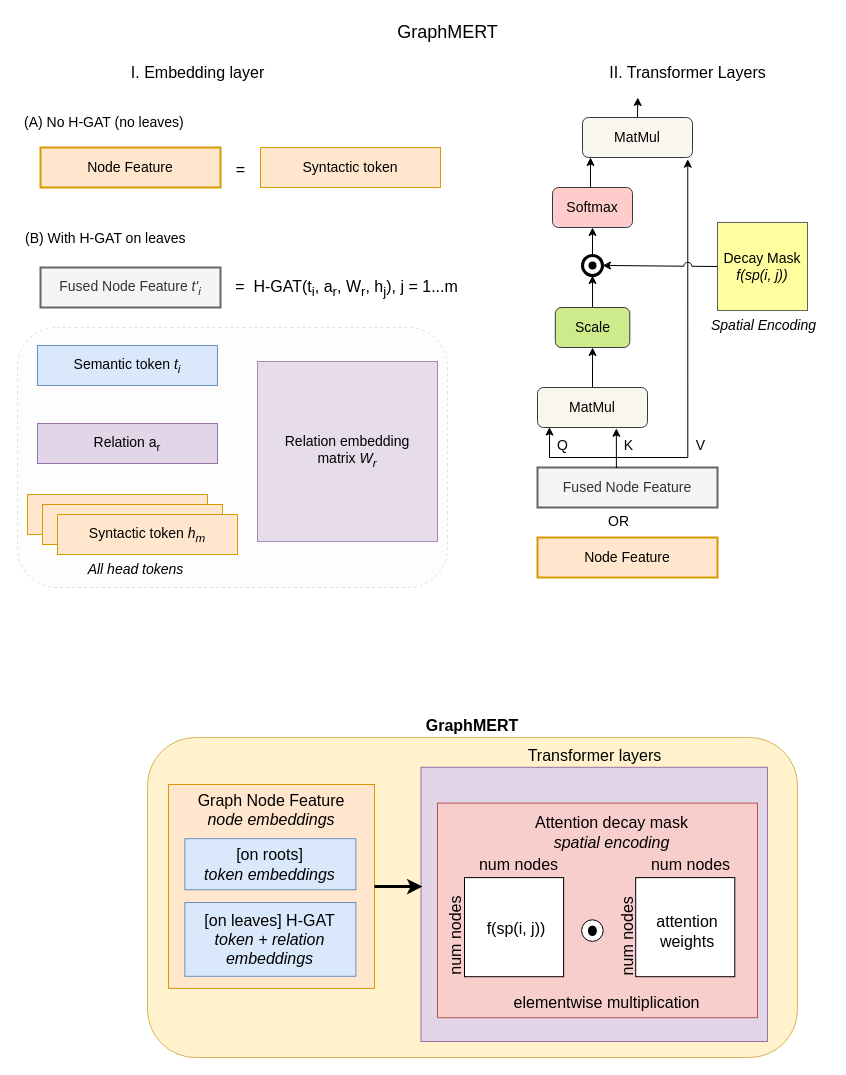
Earlier version of the draw.io diagram page "GraphMERT" (6 of 6) of presentations/pipeline.drawio (across-stars/draw.io). Source tidied: cells renumbered, new cells numbered last; positions are measured from the earlier drawing's top-left corner, leaving out a move shared by most shapes. Both pictures are drawn from the tidied source at 100%, with x=0, y=0 at pixel (17, 17).
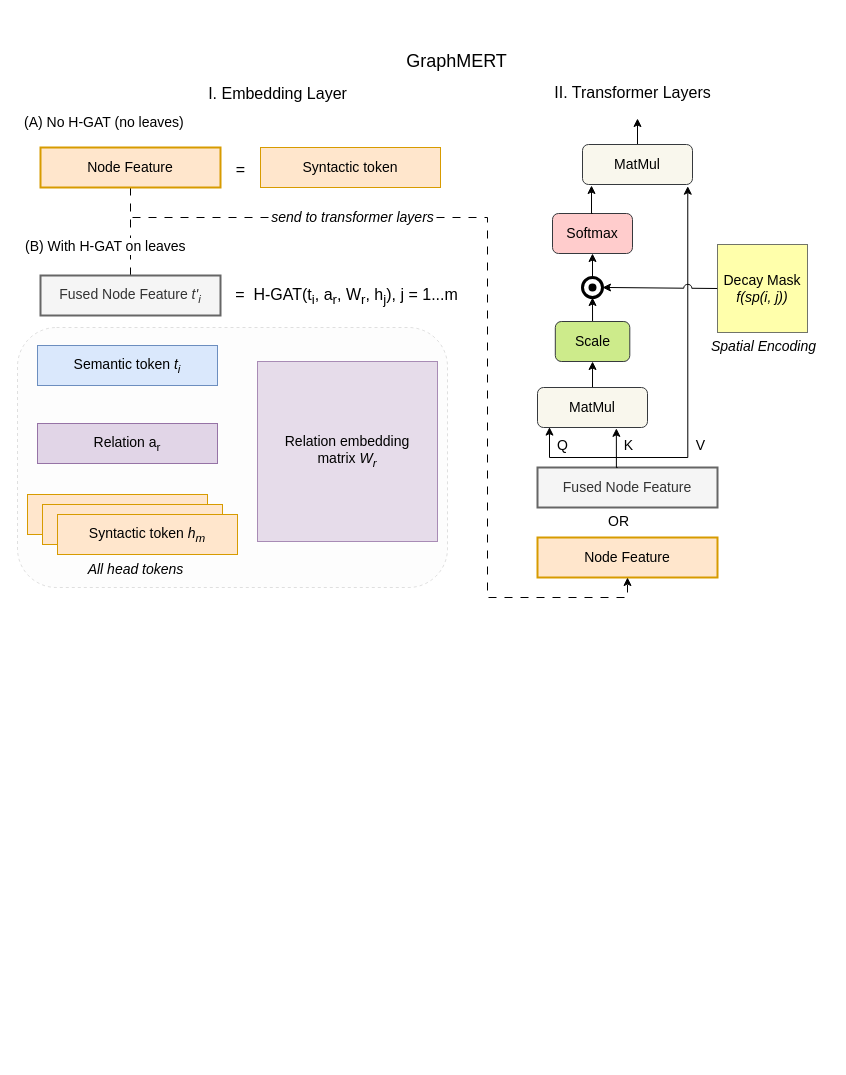
The same page after the edit.

Unchanged cells that the change refers to:
```xml
<mxCell id="10" style="group;" parent="1" vertex="1">
  <mxGeometry x="565" y="238" width="20" height="20" as="geometry" />
</mxCell>
<mxCell id="25" value="Node Feature" style="rounded=0;whiteSpace=wrap;html=1;strokeColor=#d79b00;align=center;verticalAlign=middle;fontFamily=Helvetica;fontSize=14;labelBackgroundColor=none;fillColor=#ffe6cc;strokeWidth=2;" parent="1" vertex="1">
  <mxGeometry x="520" y="520" width="180" height="40" as="geometry" />
</mxCell>
<mxCell id="68" value="Node Feature" style="rounded=0;whiteSpace=wrap;html=1;strokeColor=#d79b00;align=center;verticalAlign=middle;fontFamily=Helvetica;fontSize=14;labelBackgroundColor=none;fillColor=#ffe6cc;strokeWidth=2;" parent="59" vertex="1">
  <mxGeometry x="23" y="130" width="180" height="40" as="geometry" />
</mxCell>
```

The edit, as a diff of the source:
```diff
@@
     <mxCell id="3" value="&lt;font style=&quot;font-size: 18px;&quot;&gt;GraphMERT&lt;/font&gt;" style="text;html=1;align=center;verticalAlign=middle;strokeColor=none;fillColor=none;fontFamily=Helvetica;fontSize=11;fontColor=default;labelBackgroundColor=none;" parent="1" vertex="1">
-      <mxGeometry x="370" width="120" height="30" as="geometry" />
+      <mxGeometry x="379" y="29" width="120" height="30" as="geometry" />
     </mxCell>
@@
     <mxCell id="8" value="Scale" style="rounded=1;whiteSpace=wrap;html=1;strokeColor=#36393d;align=center;verticalAlign=middle;fontFamily=Helvetica;fontSize=14;labelBackgroundColor=none;fillColor=#cdeb8b;" parent="1" vertex="1">
-      <mxGeometry x="537.8" y="290" width="74.5" height="40" as="geometry" />
+      <mxGeometry x="537.8" y="304" width="74.5" height="40" as="geometry" />
     </mxCell>
     <mxCell id="9" value="Softmax" style="rounded=1;whiteSpace=wrap;html=1;strokeColor=#36393d;align=center;verticalAlign=middle;fontFamily=Helvetica;fontSize=14;labelBackgroundColor=none;fillColor=#ffcccc;" parent="1" vertex="1">
-      <mxGeometry x="535" y="170" width="80" height="40" as="geometry" />
+      <mxGeometry x="535" y="196" width="80" height="40" as="geometry" />
     </mxCell>
@@
     <mxCell id="11" style="ellipse;whiteSpace=wrap;html=1;rounded=0;strokeColor=#000000;align=center;verticalAlign=middle;fontFamily=Helvetica;fontSize=11;fontColor=default;labelBackgroundColor=default;fillColor=none;strokeWidth=3;" parent="10" vertex="1">
-      <mxGeometry width="20" height="20" as="geometry" />
+      <mxGeometry y="22" width="20" height="20" as="geometry" />
     </mxCell>
     <mxCell id="12" style="ellipse;whiteSpace=wrap;html=1;rounded=0;strokeColor=default;align=center;verticalAlign=middle;fontFamily=Helvetica;fontSize=11;fontColor=default;labelBackgroundColor=default;fillColor=#000000;strokeWidth=3;" parent="10" vertex="1">
-      <mxGeometry x="7.5" y="7.5" width="5" height="5" as="geometry" />
+      <mxGeometry x="7.5" y="29.5" width="5" height="5" as="geometry" />
     </mxCell>
@@
-    <mxCell id="16" value="Decay Mask&lt;div&gt;&lt;i&gt;f(sp(i, j))&lt;/i&gt;&lt;/div&gt;" style="rounded=0;whiteSpace=wrap;html=1;strokeColor=#36393d;align=center;verticalAlign=middle;fontFamily=Helvetica;fontSize=14;labelBackgroundColor=none;fillColor=#ffff88;opacity=80;" parent="1" vertex="1">
-      <mxGeometry x="700" y="205" width="90" height="88" as="geometry" />
+    <mxCell id="16" value="Decay Mask&lt;div&gt;&lt;i&gt;f(sp(i, j))&lt;/i&gt;&lt;/div&gt;" style="rounded=0;whiteSpace=wrap;html=1;strokeColor=#36393d;align=center;verticalAlign=middle;fontFamily=Helvetica;fontSize=14;labelBackgroundColor=none;fillColor=#ffff88;opacity=70;" parent="1" vertex="1">
+      <mxGeometry x="700" y="227" width="90" height="88" as="geometry" />
     </mxCell>
-    <mxCell id="17" style="edgeStyle=orthogonalEdgeStyle;shape=connector;rounded=0;jettySize=auto;html=1;exitX=0.5;exitY=0;exitDx=0;exitDy=0;strokeColor=#000000;strokeWidth=1;align=center;verticalAlign=middle;fontFamily=Helvetica;fontSize=11;fontColor=default;labelBackgroundColor=default;startFill=0;endArrow=classic;endFill=1;fillColor=#e1d5e7;" parent="1" edge="1" source="18">
+    <mxCell id="17" style="edgeStyle=orthogonalEdgeStyle;shape=connector;rounded=0;orthogonalLoop=1;jettySize=auto;html=1;exitX=0.5;exitY=0;exitDx=0;exitDy=0;strokeColor=#000000;strokeWidth=1;align=center;verticalAlign=middle;fontFamily=Helvetica;fontSize=11;fontColor=default;labelBackgroundColor=default;startFill=0;endArrow=classic;endFill=1;fillColor=#e1d5e7;" parent="1" edge="1">
       <mxGeometry relative="1" as="geometry">
-        <mxPoint x="620.3" y="80" as="targetPoint" />
+        <mxPoint x="620" y="128" as="sourcePoint" />
+        <mxPoint x="620" y="101" as="targetPoint" />
       </mxGeometry>
     </mxCell>
     <mxCell id="18" value="MatMul" style="rounded=1;whiteSpace=wrap;html=1;strokeColor=#36393d;align=center;verticalAlign=middle;fontFamily=Helvetica;fontSize=14;labelBackgroundColor=none;fillColor=#f9f7ed;" parent="1" vertex="1">
-      <mxGeometry x="565" y="100" width="110" height="40" as="geometry" />
+      <mxGeometry x="565" y="127" width="110" height="40" as="geometry" />
     </mxCell>
@@
-    <mxCell id="23" style="shape=connector;rounded=0;orthogonalLoop=1;jettySize=auto;html=1;entryX=0.5;entryY=1;entryDx=0;entryDy=0;strokeColor=#000000;strokeWidth=1;align=center;verticalAlign=middle;fontFamily=Helvetica;fontSize=11;fontColor=default;labelBackgroundColor=default;startFill=0;endArrow=classic;fillColor=#e1d5e7;endFill=1;" parent="1" edge="1">
-      <mxGeometry relative="1" as="geometry">
-        <mxPoint x="573" y="170" as="sourcePoint" />
-        <mxPoint x="573" y="140" as="targetPoint" />
-      </mxGeometry>
-    </mxCell>
     <mxCell id="24" value="&lt;font style=&quot;font-size: 14px;&quot;&gt;&lt;i&gt;Spatial Encoding&lt;/i&gt;&lt;/font&gt;" style="text;html=1;align=center;verticalAlign=middle;strokeColor=none;fillColor=none;fontFamily=Helvetica;fontSize=11;fontColor=default;labelBackgroundColor=none;" parent="1" vertex="1">
-      <mxGeometry x="681" y="293" width="130" height="30" as="geometry" />
+      <mxGeometry x="681" y="314" width="130" height="30" as="geometry" />
     </mxCell>
@@
+    <mxCell id="71" style="edgeStyle=orthogonalEdgeStyle;rounded=0;jettySize=auto;html=1;exitX=0.5;exitY=0;exitDx=0;exitDy=0;entryX=0.082;entryY=1.025;entryDx=0;entryDy=0;entryPerimeter=0;" parent="1" edge="1" source="9" target="18">
+      <mxGeometry relative="1" as="geometry" />
+    </mxCell>
+    <mxCell id="72" style="edgeStyle=orthogonalEdgeStyle;rounded=0;jettySize=auto;html=1;exitX=0.5;exitY=1;exitDx=0;exitDy=0;entryX=0.5;entryY=1;entryDx=0;entryDy=0;dashed=1;dashPattern=8 8;" parent="1" edge="1" source="68" target="25">
+      <mxGeometry relative="1" as="geometry">
+        <Array as="points">
+          <mxPoint x="113" y="200" />
+          <mxPoint x="470" y="200" />
+          <mxPoint x="470" y="580" />
+          <mxPoint x="610" y="580" />
+        </Array>
+      </mxGeometry>
+    </mxCell>
+    <mxCell id="73" value="&lt;font style=&quot;font-size: 14px;&quot;&gt;&lt;i&gt;send to transformer layers&lt;/i&gt;&lt;/font&gt;" style="edgeLabel;html=1;align=center;verticalAlign=middle;" parent="72" vertex="1">
+      <mxGeometry x="-0.33" y="4" relative="1" as="geometry">
+        <mxPoint x="-60" y="3" as="offset" />
+      </mxGeometry>
+    </mxCell>
+    <mxCell id="74" value="&lt;font style=&quot;font-size: 16px;&quot;&gt;I. Embedding Layer&lt;/font&gt;" style="text;html=1;align=center;verticalAlign=middle;strokeColor=none;fillColor=none;" parent="1" vertex="1">
+      <mxGeometry x="180" y="61" width="160" height="30" as="geometry" />
+    </mxCell>
-    <mxCell id="27" value="&lt;font style=&quot;font-size: 16px;&quot;&gt;II. Transformer Layers&lt;/font&gt;" style="text;html=1;align=center;verticalAlign=middle;strokeColor=none;fillColor=none;fontFamily=Helvetica;fontSize=11;fontColor=default;labelBackgroundColor=none;" parent="1" vertex="1">
-      <mxGeometry x="580" y="40" width="180" height="30" as="geometry" />
+    <mxCell id="27" value="&lt;font style=&quot;font-size: 16px;&quot;&gt;II. Transformer Layers&lt;/font&gt;" style="text;html=1;align=center;verticalAlign=middle;strokeColor=none;fillColor=none;" parent="1" vertex="1">
+      <mxGeometry x="525" y="60" width="180" height="30" as="geometry" />
     </mxCell>
@@
-    <mxCell id="29" value="&lt;font color=&quot;#000000&quot;&gt;&lt;b&gt;GraphMERT&lt;/b&gt;&lt;/font&gt;" style="rounded=1;whiteSpace=wrap;html=1;fontSize=16;labelBackgroundColor=none;fillColor=#fff2cc;strokeColor=#d6b656;labelPosition=center;verticalLabelPosition=top;align=center;verticalAlign=bottom;" parent="28" vertex="1">
-      <mxGeometry x="130" y="720" width="650" height="320" as="geometry" />
-    </mxCell>
-    <mxCell id="30" style="group;" parent="28" vertex="1">
-      <mxGeometry x="168" y="749.8" width="592" height="274.2" as="geometry" />
-    </mxCell>
-    <mxCell id="31" value="&lt;font&gt;Transformer layers&lt;/font&gt;" style="rounded=0;whiteSpace=wrap;html=1;fillColor=#e1d5e7;strokeColor=#9673a6;labelPosition=center;verticalLabelPosition=top;align=center;verticalAlign=bottom;fontSize=16;" parent="30" vertex="1">
-      <mxGeometry x="235.5" width="346.5" height="274.2" as="geometry" />
-    </mxCell>
-    <mxCell id="32" style="group;" parent="30" vertex="1">
-      <mxGeometry x="-17" y="17.2" width="206" height="203.9" as="geometry" />
-    </mxCell>
-    <mxCell id="33" value="&lt;font&gt;Graph Node Feature&lt;/font&gt;&lt;div&gt;&lt;i&gt;&lt;font&gt;node embeddings&lt;/font&gt;&lt;/i&gt;&lt;/div&gt;" style="rounded=0;whiteSpace=wrap;html=1;verticalAlign=top;fillColor=#ffe6cc;strokeColor=#d79b00;fontSize=16;" parent="32" vertex="1">
-      <mxGeometry width="206" height="203.9" as="geometry" />
-    </mxCell>
-    <mxCell id="34" value="&lt;font&gt;[on roots]&lt;/font&gt;&lt;div&gt;&lt;font&gt;&lt;i&gt;token embeddings&lt;/i&gt;&lt;/font&gt;&lt;/div&gt;" style="rounded=0;whiteSpace=wrap;html=1;fillColor=#dae8fc;strokeColor=#6c8ebf;fontSize=16;" parent="32" vertex="1">
-      <mxGeometry x="16.4" y="54.2" width="171" height="51" as="geometry" />
-    </mxCell>
-    <mxCell id="35" value="&lt;font&gt;&lt;font&gt;[on leaves] H-GAT&lt;/font&gt;&lt;/font&gt;&lt;div&gt;&lt;font&gt;&lt;i&gt;token + relation embeddings&lt;/i&gt;&lt;/font&gt;&lt;/div&gt;" style="rounded=0;whiteSpace=wrap;html=1;fillColor=#dae8fc;strokeColor=#6c8ebf;fontSize=16;" parent="32" vertex="1">
-      <mxGeometry x="16.4" y="118" width="171" height="73.8" as="geometry" />
-    </mxCell>
-    <mxCell id="36" style="group;" parent="30" vertex="1">
-      <mxGeometry x="252" y="27.2" width="340" height="223.2" as="geometry" />
-    </mxCell>
-    <mxCell id="37" style="rounded=0;whiteSpace=wrap;html=1;fillColor=#f8cecc;strokeColor=#b85450;labelPosition=center;verticalLabelPosition=bottom;align=center;verticalAlign=top;fontSize=16;" parent="36" vertex="1">
-      <mxGeometry y="8.6" width="320" height="214.6" as="geometry" />
-    </mxCell>
-    <mxCell id="38" value="&lt;div&gt;&lt;font&gt;Attention decay mask&lt;/font&gt;&lt;/div&gt;&lt;div&gt;&lt;font&gt;&lt;i&gt;spatial encoding&lt;/i&gt;&lt;/font&gt;&lt;/div&gt;" style="text;html=1;align=center;verticalAlign=middle;whiteSpace=wrap;rounded=0;fontSize=16;" parent="36" vertex="1">
-      <mxGeometry x="77.2" width="195" height="75.1" as="geometry" />
-    </mxCell>
-    <mxCell id="39" style="group;fontSize=16;" parent="36" vertex="1">
-      <mxGeometry y="62.2" width="305.9" height="160.9" as="geometry" />
-    </mxCell>
-    <mxCell id="40" style="group;fontSize=16;" parent="39" vertex="1">
-      <mxGeometry width="128.8" height="144.9" as="geometry" />
-    </mxCell>
-    <mxCell id="41" style="whiteSpace=wrap;html=1;fontSize=16;" parent="40" vertex="1">
-      <mxGeometry x="27" y="20.9" width="99.1" height="99.1" as="geometry" />
-    </mxCell>
-    <mxCell id="42" value="&lt;font&gt;num nodes&lt;/font&gt;" style="text;html=1;align=center;verticalAlign=middle;strokeColor=none;fillColor=none;fontSize=16;" parent="40" vertex="1">
-      <mxGeometry x="31.2" y="-7" width="100" height="30" as="geometry" />
-    </mxCell>
-    <mxCell id="43" value="&lt;font&gt;num nodes&lt;/font&gt;" style="text;html=1;align=center;verticalAlign=middle;strokeColor=none;fillColor=none;rotation=-90;fontSize=16;" parent="40" vertex="1">
-      <mxGeometry x="-31.5" y="64.9" width="100" height="30" as="geometry" />
-    </mxCell>
-    <mxCell id="44" value="&lt;font&gt;f(sp(i, j))&lt;/font&gt;" style="text;html=1;align=center;verticalAlign=middle;whiteSpace=wrap;rounded=0;fontSize=16;" parent="40" vertex="1">
-      <mxGeometry x="42.8" y="50.3" width="72.1" height="42.9" as="geometry" />
-    </mxCell>
-    <mxCell id="45" style="group;fontSize=16;" parent="39" vertex="1">
-      <mxGeometry x="171.2" width="134.7" height="160.9" as="geometry" />
-    </mxCell>
-    <mxCell id="46" style="whiteSpace=wrap;html=1;fontSize=16;" parent="45" vertex="1">
-      <mxGeometry x="27" y="20.9" width="99.1" height="99.1" as="geometry" />
-    </mxCell>
-    <mxCell id="47" value="&lt;font&gt;num nodes&lt;/font&gt;" style="text;html=1;align=center;verticalAlign=middle;strokeColor=none;fillColor=none;fontSize=16;" parent="45" vertex="1">
-      <mxGeometry x="31.7" y="-7" width="100" height="30" as="geometry" />
-    </mxCell>
-    <mxCell id="48" value="&lt;font&gt;num nodes&lt;/font&gt;" style="text;html=1;align=center;verticalAlign=middle;strokeColor=none;fillColor=none;rotation=-90;fontSize=16;" parent="45" vertex="1">
-      <mxGeometry x="-31" y="64.9" width="100" height="30" as="geometry" />
-    </mxCell>
-    <mxCell id="49" value="&lt;font&gt;attention weights&lt;/font&gt;" style="text;html=1;align=center;verticalAlign=middle;whiteSpace=wrap;rounded=0;fontSize=16;" parent="45" vertex="1">
-      <mxGeometry x="42.8" y="53.3" width="72.1" height="42.9" as="geometry" />
-    </mxCell>
-    <mxCell id="50" value="&lt;font&gt;elementwise multiplication&lt;/font&gt;" style="text;html=1;align=center;verticalAlign=middle;strokeColor=none;fillColor=none;fontSize=16;" parent="45" vertex="1">
-      <mxGeometry x="-107.2" y="130.9" width="210" height="30" as="geometry" />
-    </mxCell>
-    <mxCell id="51" style="group;" parent="39" vertex="1">
-      <mxGeometry x="144.1" y="63.1" width="21.6" height="21.6" as="geometry" />
-    </mxCell>
-    <mxCell id="52" style="ellipse;whiteSpace=wrap;html=1;fontSize=16;" parent="51" vertex="1">
-      <mxGeometry width="21.6" height="21.6" as="geometry" />
-    </mxCell>
-    <mxCell id="53" style="shape=ellipse;fillColor=#000000;strokeColor=none;html=1;sketch=0;fontSize=16;" parent="51" vertex="1">
-      <mxGeometry x="6.3" y="5.6" width="9" height="10.7" as="geometry" />
-    </mxCell>
-    <mxCell id="54" style="edgeStyle=orthogonalEdgeStyle;rounded=0;jettySize=auto;html=1;exitX=1;exitY=0.5;exitDx=0;exitDy=0;entryX=0.004;entryY=0.435;entryDx=0;entryDy=0;entryPerimeter=0;strokeWidth=3;" parent="30" edge="1" source="33" target="31">
-      <mxGeometry relative="1" as="geometry" />
-    </mxCell>
@@
+    <mxCell id="75" style="edgeStyle=orthogonalEdgeStyle;rounded=0;jettySize=auto;html=1;exitX=0.5;exitY=0;exitDx=0;exitDy=0;endArrow=none;endFill=0;dashed=1;dashPattern=8 8;" parent="28" edge="1" source="58">
+      <mxGeometry relative="1" as="geometry">
+        <mxPoint x="113" y="200" as="targetPoint" />
+      </mxGeometry>
+    </mxCell>
     <mxCell id="58" value="Fused Node Feature &lt;i&gt;t'&lt;sub&gt;i&lt;/sub&gt;&lt;/i&gt;" style="rounded=0;whiteSpace=wrap;html=1;strokeColor=#666666;align=center;verticalAlign=middle;fontFamily=Helvetica;fontSize=14;labelBackgroundColor=none;fillColor=#f5f5f5;fontColor=#333333;strokeWidth=2;" parent="28" vertex="1">
-      <mxGeometry x="23" y="250" width="180" height="40" as="geometry" />
+      <mxGeometry x="23" y="258" width="180" height="40" as="geometry" />
     </mxCell>
@@
-    <mxCell id="60" value="&lt;font style=&quot;font-size: 16px;&quot;&gt;I. Embedding layer&lt;/font&gt;" style="text;html=1;align=center;verticalAlign=middle;strokeColor=none;fillColor=none;fontFamily=Helvetica;fontSize=11;fontColor=default;labelBackgroundColor=none;" parent="59" vertex="1">
-      <mxGeometry x="100" y="40" width="160" height="30" as="geometry" />
-    </mxCell>
@@
     <mxCell id="64" value="&lt;font style=&quot;font-size: 14px;&quot;&gt;(B) With H-GAT on leaves&lt;/font&gt;" style="text;html=1;align=left;verticalAlign=middle;strokeColor=none;fillColor=none;fontFamily=Helvetica;fontSize=11;fontColor=default;labelBackgroundColor=default;" parent="59" vertex="1">
-      <mxGeometry x="6" y="206" width="180" height="30" as="geometry" />
+      <mxGeometry x="6" y="214" width="180" height="30" as="geometry" />
     </mxCell>
@@
     <mxCell id="70" value="&lt;font style=&quot;font-size: 16px;&quot;&gt;= &amp;nbsp;H-GAT(t&lt;sub&gt;i&lt;/sub&gt;, a&lt;sub&gt;r&lt;/sub&gt;, W&lt;sub&gt;r&lt;/sub&gt;, h&lt;sub&gt;j&lt;/sub&gt;), j = 1...m&lt;/font&gt;" style="text;html=1;align=center;verticalAlign=middle;strokeColor=none;fillColor=none;fontFamily=Helvetica;fontSize=11;fontColor=default;labelBackgroundColor=none;" parent="59" vertex="1">
-      <mxGeometry x="204" y="256" width="250" height="30" as="geometry" />
+      <mxGeometry x="204" y="264" width="250" height="30" as="geometry" />
     </mxCell>
```
